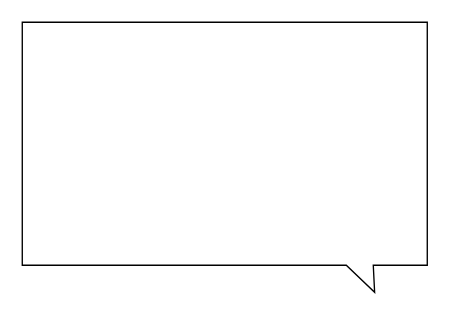
Terra-Numerica/Reinforcement-Learning keeps this draw.io diagram as page "Page-8" (8 of 8) of images/Drawings.drawio. Above is the earlier version. Source tidied: cells renumbered, new cells numbered last; positions are measured from the earlier drawing's top-left corner, leaving out a move shared by most shapes. Both pictures are drawn from the tidied source at 135%, with x=0, y=0 at pixel (22, 22).
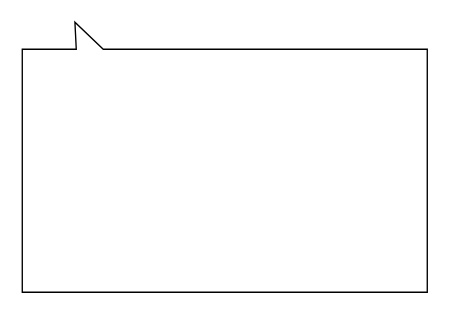
The same diagram, later.

Change to the diagram source:
```diff
@@
 <mxGraphModel>
   <root>
     <mxCell id="0" />
     <mxCell id="1" parent="0" />
-    <mxCell id="2" style="shape=callout;whiteSpace=wrap;html=1;perimeter=calloutPerimeter;direction=east;base=20;size=20;position=0.8;position2=0.87;" parent="1" vertex="1">
+    <mxCell id="2" style="shape=callout;whiteSpace=wrap;html=1;perimeter=calloutPerimeter;direction=west;base=20;size=20;position=0.8;position2=0.87;" parent="1" vertex="1">
       <mxGeometry width="300" height="200" as="geometry" />
     </mxCell>
   </root>
 </mxGraphModel>
```
